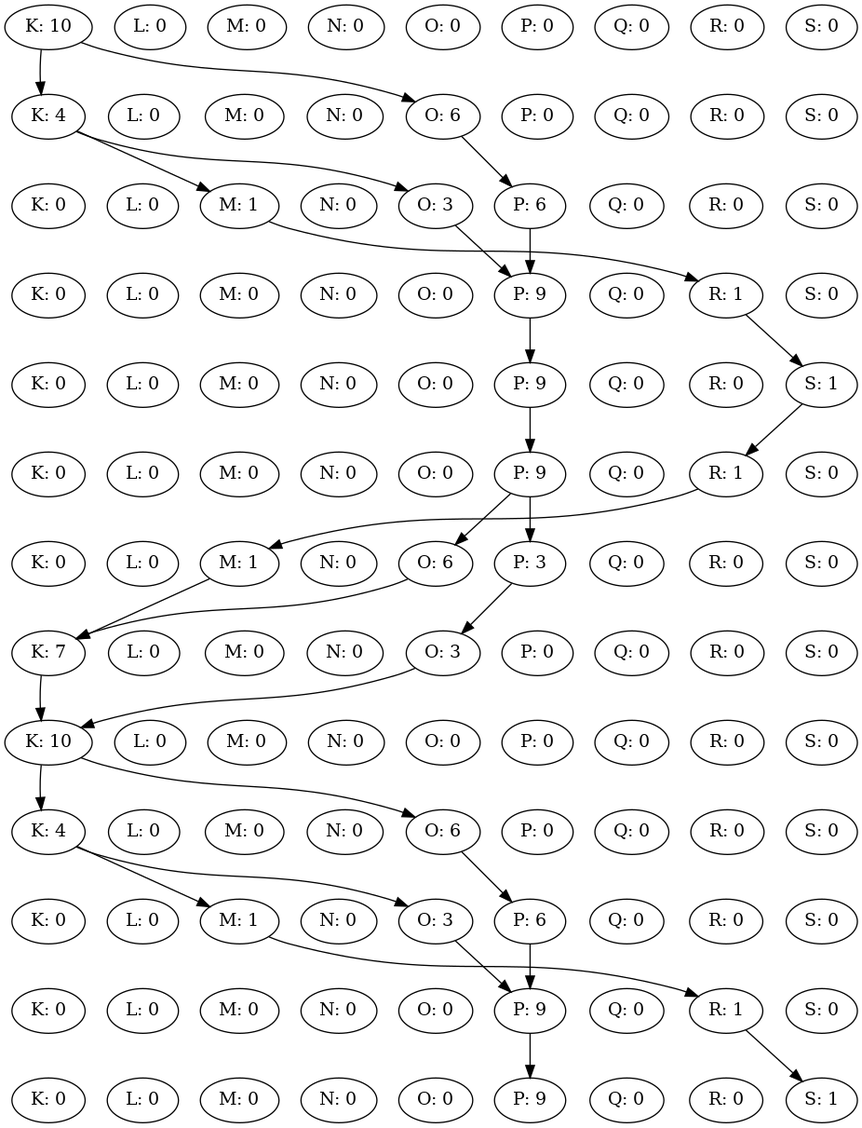
This is patched.png from TieneSabor/slugs_swarmPlanner, a Graphviz export, as it was before one commit. Its source is kept beside it as Patched.dot. Source of this version:
```dot
digraph {
K0 [label="K: 10"];
L0 [label="L: 0"];
M0 [label="M: 0"];
N0 [label="N: 0"];
O0 [label="O: 0"];
P0 [label="P: 0"];
Q0 [label="Q: 0"];
R0 [label="R: 0"];
S0 [label="S: 0"];
rank = same {K0 -> L0 -> M0 -> N0 -> O0 -> P0 -> Q0 -> R0 -> S0 [style=invis] }K1 [label="K: 4"];
L1 [label="L: 0"];
M1 [label="M: 0"];
N1 [label="N: 0"];
O1 [label="O: 6"];
P1 [label="P: 0"];
Q1 [label="Q: 0"];
R1 [label="R: 0"];
S1 [label="S: 0"];
rank = same {K1 -> L1 -> M1 -> N1 -> O1 -> P1 -> Q1 -> R1 -> S1 [style=invis] }K0 -> K1
K0 -> O1
K2 [label="K: 0"];
L2 [label="L: 0"];
M2 [label="M: 1"];
N2 [label="N: 0"];
O2 [label="O: 3"];
P2 [label="P: 6"];
Q2 [label="Q: 0"];
R2 [label="R: 0"];
S2 [label="S: 0"];
rank = same {K2 -> L2 -> M2 -> N2 -> O2 -> P2 -> Q2 -> R2 -> S2 [style=invis] }K1 -> M2
K1 -> O2
O1 -> P2
K3 [label="K: 0"];
L3 [label="L: 0"];
M3 [label="M: 0"];
N3 [label="N: 0"];
O3 [label="O: 0"];
P3 [label="P: 9"];
Q3 [label="Q: 0"];
R3 [label="R: 1"];
S3 [label="S: 0"];
rank = same {K3 -> L3 -> M3 -> N3 -> O3 -> P3 -> Q3 -> R3 -> S3 [style=invis] }M2 -> R3
O2 -> P3
P2 -> P3
K4 [label="K: 0"];
L4 [label="L: 0"];
M4 [label="M: 0"];
N4 [label="N: 0"];
O4 [label="O: 0"];
P4 [label="P: 9"];
Q4 [label="Q: 0"];
R4 [label="R: 0"];
S4 [label="S: 1"];
rank = same {K4 -> L4 -> M4 -> N4 -> O4 -> P4 -> Q4 -> R4 -> S4 [style=invis] }P3 -> P4
R3 -> S4
K5 [label="K: 0"];
L5 [label="L: 0"];
M5 [label="M: 0"];
N5 [label="N: 0"];
O5 [label="O: 0"];
P5 [label="P: 9"];
Q5 [label="Q: 0"];
R5 [label="R: 1"];
S5 [label="S: 0"];
rank = same {K5 -> L5 -> M5 -> N5 -> O5 -> P5 -> Q5 -> R5 -> S5 [style=invis] }P4 -> P5
S4 -> R5
K6 [label="K: 0"];
L6 [label="L: 0"];
M6 [label="M: 1"];
N6 [label="N: 0"];
O6 [label="O: 6"];
P6 [label="P: 3"];
Q6 [label="Q: 0"];
R6 [label="R: 0"];
S6 [label="S: 0"];
rank = same {K6 -> L6 -> M6 -> N6 -> O6 -> P6 -> Q6 -> R6 -> S6 [style=invis] }P5 -> O6
P5 -> P6
R5 -> M6
K7 [label="K: 7"];
L7 [label="L: 0"];
M7 [label="M: 0"];
N7 [label="N: 0"];
O7 [label="O: 3"];
P7 [label="P: 0"];
Q7 [label="Q: 0"];
R7 [label="R: 0"];
S7 [label="S: 0"];
rank = same {K7 -> L7 -> M7 -> N7 -> O7 -> P7 -> Q7 -> R7 -> S7 [style=invis] }M6 -> K7
O6 -> K7
P6 -> O7
K8 [label="K: 10"];
L8 [label="L: 0"];
M8 [label="M: 0"];
N8 [label="N: 0"];
O8 [label="O: 0"];
P8 [label="P: 0"];
Q8 [label="Q: 0"];
R8 [label="R: 0"];
S8 [label="S: 0"];
rank = same {K8 -> L8 -> M8 -> N8 -> O8 -> P8 -> Q8 -> R8 -> S8 [style=invis] }K7 -> K8
O7 -> K8
K9 [label="K: 4"];
L9 [label="L: 0"];
M9 [label="M: 0"];
N9 [label="N: 0"];
O9 [label="O: 6"];
P9 [label="P: 0"];
Q9 [label="Q: 0"];
R9 [label="R: 0"];
S9 [label="S: 0"];
rank = same {K9 -> L9 -> M9 -> N9 -> O9 -> P9 -> Q9 -> R9 -> S9 [style=invis] }K8 -> K9
K8 -> O9
K10 [label="K: 0"];
L10 [label="L: 0"];
M10 [label="M: 1"];
N10 [label="N: 0"];
O10 [label="O: 3"];
P10 [label="P: 6"];
Q10 [label="Q: 0"];
R10 [label="R: 0"];
S10 [label="S: 0"];
rank = same {K10 -> L10 -> M10 -> N10 -> O10 -> P10 -> Q10 -> R10 -> S10 [style=invis] }K9 -> M10
K9 -> O10
O9 -> P10
K11 [label="K: 0"];
L11 [label="L: 0"];
M11 [label="M: 0"];
N11 [label="N: 0"];
O11 [label="O: 0"];
P11 [label="P: 9"];
Q11 [label="Q: 0"];
R11 [label="R: 1"];
S11 [label="S: 0"];
rank = same {K11 -> L11 -> M11 -> N11 -> O11 -> P11 -> Q11 -> R11 -> S11 [style=invis] }M10 -> R11
O10 -> P11
P10 -> P11
K12 [label="K: 0"];
L12 [label="L: 0"];
M12 [label="M: 0"];
N12 [label="N: 0"];
O12 [label="O: 0"];
P12 [label="P: 9"];
Q12 [label="Q: 0"];
R12 [label="R: 0"];
S12 [label="S: 1"];
rank = same {K12 -> L12 -> M12 -> N12 -> O12 -> P12 -> Q12 -> R12 -> S12 [style=invis] }P11 -> P12
R11 -> S12
K0 -> K1 -> K2 -> K3 -> K4 -> K5 -> K6 -> K7 -> K8 -> K9 -> K10 -> K11 -> K12 [ style=invis; weight=1000 ]
S0 -> S1 -> S2 -> S3 -> S4 -> S5 -> S6 -> S7 -> S8 -> S9 -> S10 -> S11 -> S12 [ style=invis; weight=1000 ]
}
```
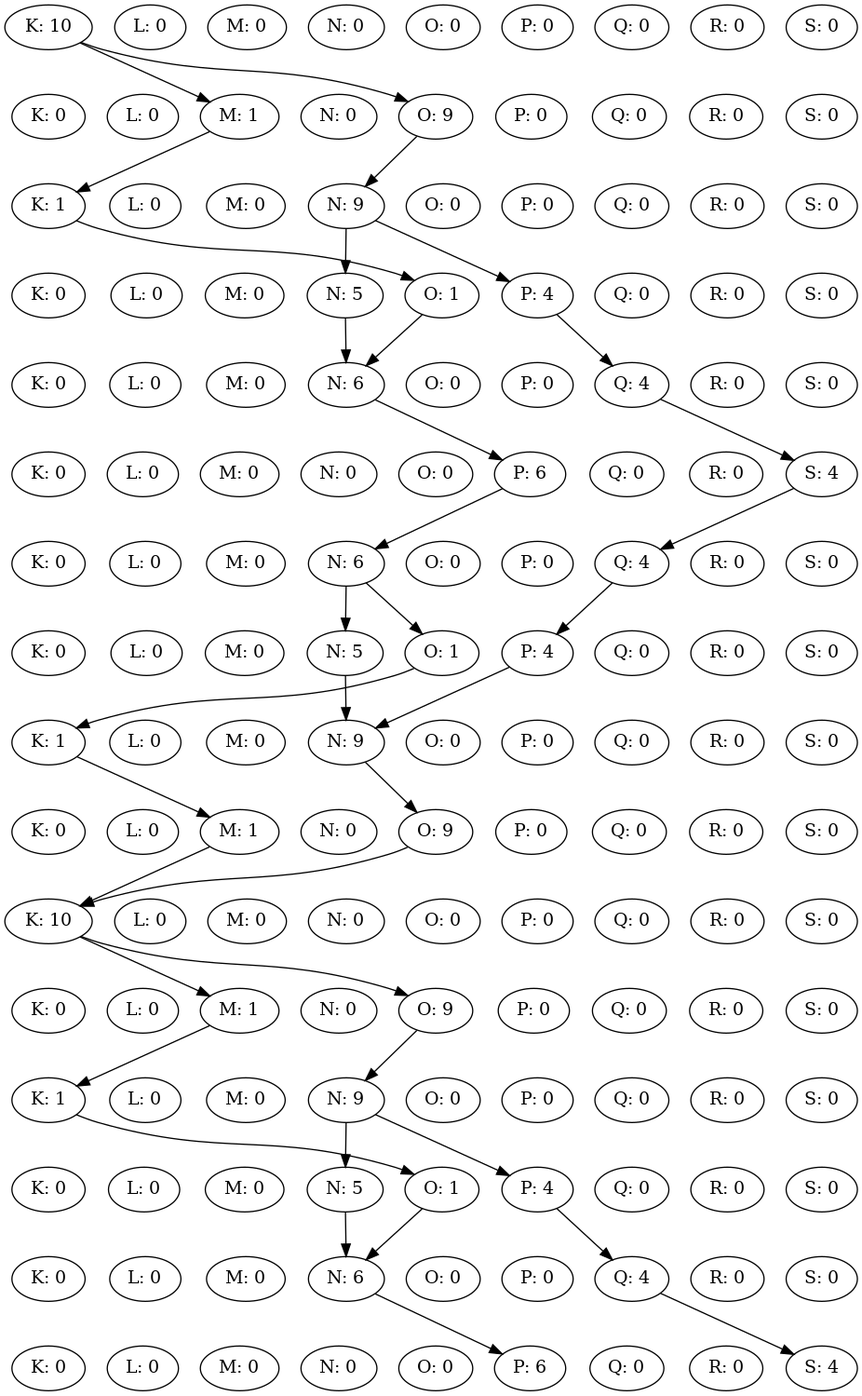
After the change.

What changed in the source:
```diff
@@ -8,144 +8,177 @@
 Q0 [label="Q: 0"];
 R0 [label="R: 0"];
 S0 [label="S: 0"];
-rank = same {K0 -> L0 -> M0 -> N0 -> O0 -> P0 -> Q0 -> R0 -> S0 [style=invis] }K1 [label="K: 4"];
+rank = same {K0 -> L0 -> M0 -> N0 -> O0 -> P0 -> Q0 -> R0 -> S0 [style=invis] }K1 [label="K: 0"];
 L1 [label="L: 0"];
-M1 [label="M: 0"];
+M1 [label="M: 1"];
 N1 [label="N: 0"];
-O1 [label="O: 6"];
+O1 [label="O: 9"];
 P1 [label="P: 0"];
 Q1 [label="Q: 0"];
 R1 [label="R: 0"];
 S1 [label="S: 0"];
-rank = same {K1 -> L1 -> M1 -> N1 -> O1 -> P1 -> Q1 -> R1 -> S1 [style=invis] }K0 -> K1
+rank = same {K1 -> L1 -> M1 -> N1 -> O1 -> P1 -> Q1 -> R1 -> S1 [style=invis] }K0 -> M1
 K0 -> O1
-K2 [label="K: 0"];
+K2 [label="K: 1"];
 L2 [label="L: 0"];
-M2 [label="M: 1"];
-N2 [label="N: 0"];
-O2 [label="O: 3"];
-P2 [label="P: 6"];
+M2 [label="M: 0"];
+N2 [label="N: 9"];
+O2 [label="O: 0"];
+P2 [label="P: 0"];
 Q2 [label="Q: 0"];
 R2 [label="R: 0"];
 S2 [label="S: 0"];
-rank = same {K2 -> L2 -> M2 -> N2 -> O2 -> P2 -> Q2 -> R2 -> S2 [style=invis] }K1 -> M2
-K1 -> O2
-O1 -> P2
+rank = same {K2 -> L2 -> M2 -> N2 -> O2 -> P2 -> Q2 -> R2 -> S2 [style=invis] }M1 -> K2
+O1 -> N2
 K3 [label="K: 0"];
 L3 [label="L: 0"];
 M3 [label="M: 0"];
-N3 [label="N: 0"];
-O3 [label="O: 0"];
-P3 [label="P: 9"];
+N3 [label="N: 5"];
+O3 [label="O: 1"];
+P3 [label="P: 4"];
 Q3 [label="Q: 0"];
-R3 [label="R: 1"];
+R3 [label="R: 0"];
 S3 [label="S: 0"];
-rank = same {K3 -> L3 -> M3 -> N3 -> O3 -> P3 -> Q3 -> R3 -> S3 [style=invis] }M2 -> R3
-O2 -> P3
-P2 -> P3
+rank = same {K3 -> L3 -> M3 -> N3 -> O3 -> P3 -> Q3 -> R3 -> S3 [style=invis] }K2 -> O3
+N2 -> N3
+N2 -> P3
 K4 [label="K: 0"];
 L4 [label="L: 0"];
 M4 [label="M: 0"];
-N4 [label="N: 0"];
+N4 [label="N: 6"];
 O4 [label="O: 0"];
-P4 [label="P: 9"];
-Q4 [label="Q: 0"];
+P4 [label="P: 0"];
+Q4 [label="Q: 4"];
 R4 [label="R: 0"];
-S4 [label="S: 1"];
-rank = same {K4 -> L4 -> M4 -> N4 -> O4 -> P4 -> Q4 -> R4 -> S4 [style=invis] }P3 -> P4
-R3 -> S4
+S4 [label="S: 0"];
+rank = same {K4 -> L4 -> M4 -> N4 -> O4 -> P4 -> Q4 -> R4 -> S4 [style=invis] }N3 -> N4
+O3 -> N4
+P3 -> Q4
 K5 [label="K: 0"];
 L5 [label="L: 0"];
 M5 [label="M: 0"];
 N5 [label="N: 0"];
 O5 [label="O: 0"];
-P5 [label="P: 9"];
+P5 [label="P: 6"];
 Q5 [label="Q: 0"];
-R5 [label="R: 1"];
-S5 [label="S: 0"];
-rank = same {K5 -> L5 -> M5 -> N5 -> O5 -> P5 -> Q5 -> R5 -> S5 [style=invis] }P4 -> P5
-S4 -> R5
+R5 [label="R: 0"];
+S5 [label="S: 4"];
+rank = same {K5 -> L5 -> M5 -> N5 -> O5 -> P5 -> Q5 -> R5 -> S5 [style=invis] }N4 -> P5
+Q4 -> S5
 K6 [label="K: 0"];
 L6 [label="L: 0"];
-M6 [label="M: 1"];
-N6 [label="N: 0"];
-O6 [label="O: 6"];
-P6 [label="P: 3"];
-Q6 [label="Q: 0"];
+M6 [label="M: 0"];
+N6 [label="N: 6"];
+O6 [label="O: 0"];
+P6 [label="P: 0"];
+Q6 [label="Q: 4"];
 R6 [label="R: 0"];
 S6 [label="S: 0"];
-rank = same {K6 -> L6 -> M6 -> N6 -> O6 -> P6 -> Q6 -> R6 -> S6 [style=invis] }P5 -> O6
-P5 -> P6
-R5 -> M6
-K7 [label="K: 7"];
+rank = same {K6 -> L6 -> M6 -> N6 -> O6 -> P6 -> Q6 -> R6 -> S6 [style=invis] }P5 -> N6
+S5 -> Q6
+K7 [label="K: 0"];
 L7 [label="L: 0"];
 M7 [label="M: 0"];
-N7 [label="N: 0"];
-O7 [label="O: 3"];
-P7 [label="P: 0"];
+N7 [label="N: 5"];
+O7 [label="O: 1"];
+P7 [label="P: 4"];
 Q7 [label="Q: 0"];
 R7 [label="R: 0"];
 S7 [label="S: 0"];
-rank = same {K7 -> L7 -> M7 -> N7 -> O7 -> P7 -> Q7 -> R7 -> S7 [style=invis] }M6 -> K7
-O6 -> K7
-P6 -> O7
-K8 [label="K: 10"];
+rank = same {K7 -> L7 -> M7 -> N7 -> O7 -> P7 -> Q7 -> R7 -> S7 [style=invis] }N6 -> N7
+N6 -> O7
+Q6 -> P7
+K8 [label="K: 1"];
 L8 [label="L: 0"];
 M8 [label="M: 0"];
-N8 [label="N: 0"];
+N8 [label="N: 9"];
 O8 [label="O: 0"];
 P8 [label="P: 0"];
 Q8 [label="Q: 0"];
 R8 [label="R: 0"];
 S8 [label="S: 0"];
-rank = same {K8 -> L8 -> M8 -> N8 -> O8 -> P8 -> Q8 -> R8 -> S8 [style=invis] }K7 -> K8
+rank = same {K8 -> L8 -> M8 -> N8 -> O8 -> P8 -> Q8 -> R8 -> S8 [style=invis] }N7 -> N8
 O7 -> K8
-K9 [label="K: 4"];
+P7 -> N8
+K9 [label="K: 0"];
 L9 [label="L: 0"];
-M9 [label="M: 0"];
+M9 [label="M: 1"];
 N9 [label="N: 0"];
-O9 [label="O: 6"];
+O9 [label="O: 9"];
 P9 [label="P: 0"];
 Q9 [label="Q: 0"];
 R9 [label="R: 0"];
 S9 [label="S: 0"];
-rank = same {K9 -> L9 -> M9 -> N9 -> O9 -> P9 -> Q9 -> R9 -> S9 [style=invis] }K8 -> K9
-K8 -> O9
-K10 [label="K: 0"];
+rank = same {K9 -> L9 -> M9 -> N9 -> O9 -> P9 -> Q9 -> R9 -> S9 [style=invis] }K8 -> M9
+N8 -> O9
+K10 [label="K: 10"];
 L10 [label="L: 0"];
-M10 [label="M: 1"];
+M10 [label="M: 0"];
 N10 [label="N: 0"];
-O10 [label="O: 3"];
-P10 [label="P: 6"];
+O10 [label="O: 0"];
+P10 [label="P: 0"];
 Q10 [label="Q: 0"];
 R10 [label="R: 0"];
 S10 [label="S: 0"];
-rank = same {K10 -> L10 -> M10 -> N10 -> O10 -> P10 -> Q10 -> R10 -> S10 [style=invis] }K9 -> M10
-K9 -> O10
-O9 -> P10
+rank = same {K10 -> L10 -> M10 -> N10 -> O10 -> P10 -> Q10 -> R10 -> S10 [style=invis] }M9 -> K10
+O9 -> K10
 K11 [label="K: 0"];
 L11 [label="L: 0"];
-M11 [label="M: 0"];
+M11 [label="M: 1"];
 N11 [label="N: 0"];
-O11 [label="O: 0"];
-P11 [label="P: 9"];
+O11 [label="O: 9"];
+P11 [label="P: 0"];
 Q11 [label="Q: 0"];
-R11 [label="R: 1"];
+R11 [label="R: 0"];
 S11 [label="S: 0"];
-rank = same {K11 -> L11 -> M11 -> N11 -> O11 -> P11 -> Q11 -> R11 -> S11 [style=invis] }M10 -> R11
-O10 -> P11
-P10 -> P11
-K12 [label="K: 0"];
+rank = same {K11 -> L11 -> M11 -> N11 -> O11 -> P11 -> Q11 -> R11 -> S11 [style=invis] }K10 -> M11
+K10 -> O11
+K12 [label="K: 1"];
 L12 [label="L: 0"];
 M12 [label="M: 0"];
-N12 [label="N: 0"];
+N12 [label="N: 9"];
 O12 [label="O: 0"];
-P12 [label="P: 9"];
+P12 [label="P: 0"];
 Q12 [label="Q: 0"];
 R12 [label="R: 0"];
-S12 [label="S: 1"];
-rank = same {K12 -> L12 -> M12 -> N12 -> O12 -> P12 -> Q12 -> R12 -> S12 [style=invis] }P11 -> P12
-R11 -> S12
-K0 -> K1 -> K2 -> K3 -> K4 -> K5 -> K6 -> K7 -> K8 -> K9 -> K10 -> K11 -> K12 [ style=invis; weight=1000 ]
-S0 -> S1 -> S2 -> S3 -> S4 -> S5 -> S6 -> S7 -> S8 -> S9 -> S10 -> S11 -> S12 [ style=invis; weight=1000 ]
+S12 [label="S: 0"];
+rank = same {K12 -> L12 -> M12 -> N12 -> O12 -> P12 -> Q12 -> R12 -> S12 [style=invis] }M11 -> K12
+O11 -> N12
+K13 [label="K: 0"];
+L13 [label="L: 0"];
+M13 [label="M: 0"];
+N13 [label="N: 5"];
+O13 [label="O: 1"];
+P13 [label="P: 4"];
+Q13 [label="Q: 0"];
+R13 [label="R: 0"];
+S13 [label="S: 0"];
+rank = same {K13 -> L13 -> M13 -> N13 -> O13 -> P13 -> Q13 -> R13 -> S13 [style=invis] }K12 -> O13
+N12 -> N13
+N12 -> P13
+K14 [label="K: 0"];
+L14 [label="L: 0"];
+M14 [label="M: 0"];
+N14 [label="N: 6"];
+O14 [label="O: 0"];
+P14 [label="P: 0"];
+Q14 [label="Q: 4"];
+R14 [label="R: 0"];
+S14 [label="S: 0"];
+rank = same {K14 -> L14 -> M14 -> N14 -> O14 -> P14 -> Q14 -> R14 -> S14 [style=invis] }N13 -> N14
+O13 -> N14
+P13 -> Q14
+K15 [label="K: 0"];
+L15 [label="L: 0"];
+M15 [label="M: 0"];
+N15 [label="N: 0"];
+O15 [label="O: 0"];
+P15 [label="P: 6"];
+Q15 [label="Q: 0"];
+R15 [label="R: 0"];
+S15 [label="S: 4"];
+rank = same {K15 -> L15 -> M15 -> N15 -> O15 -> P15 -> Q15 -> R15 -> S15 [style=invis] }N14 -> P15
+Q14 -> S15
+K0 -> K1 -> K2 -> K3 -> K4 -> K5 -> K6 -> K7 -> K8 -> K9 -> K10 -> K11 -> K12 -> K13 -> K14 -> K15 [ style=invis; weight=1000 ]
+S0 -> S1 -> S2 -> S3 -> S4 -> S5 -> S6 -> S7 -> S8 -> S9 -> S10 -> S11 -> S12 -> S13 -> S14 -> S15 [ style=invis; weight=1000 ]
 }
```
